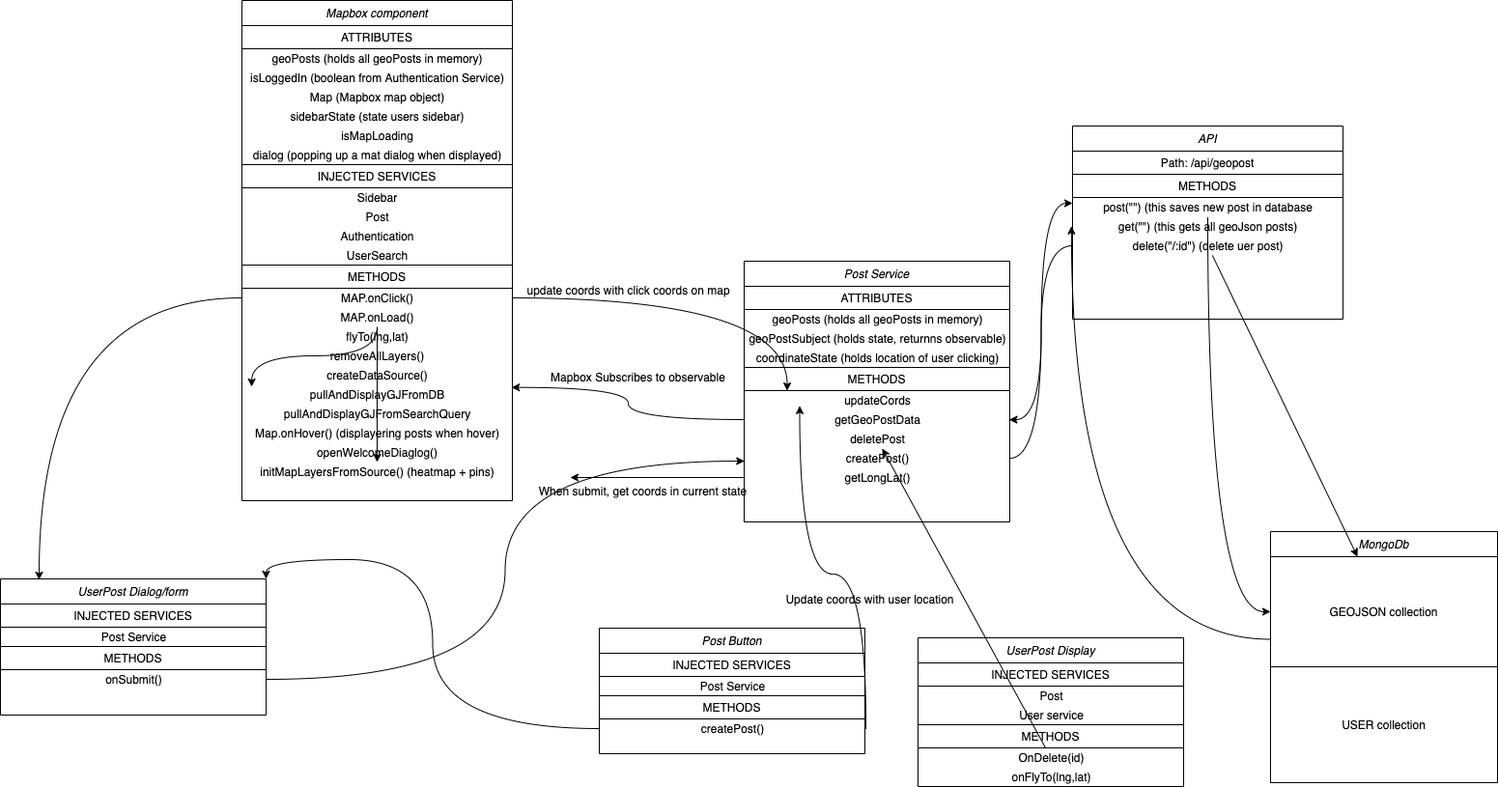
Earlier version of the draw.io export supporting_images/post.png (edysfy/Group_website). Source tidied: cells renumbered, new cells last; positions are measured from the earlier drawing's top-left corner, leaving out a move shared by most shapes.
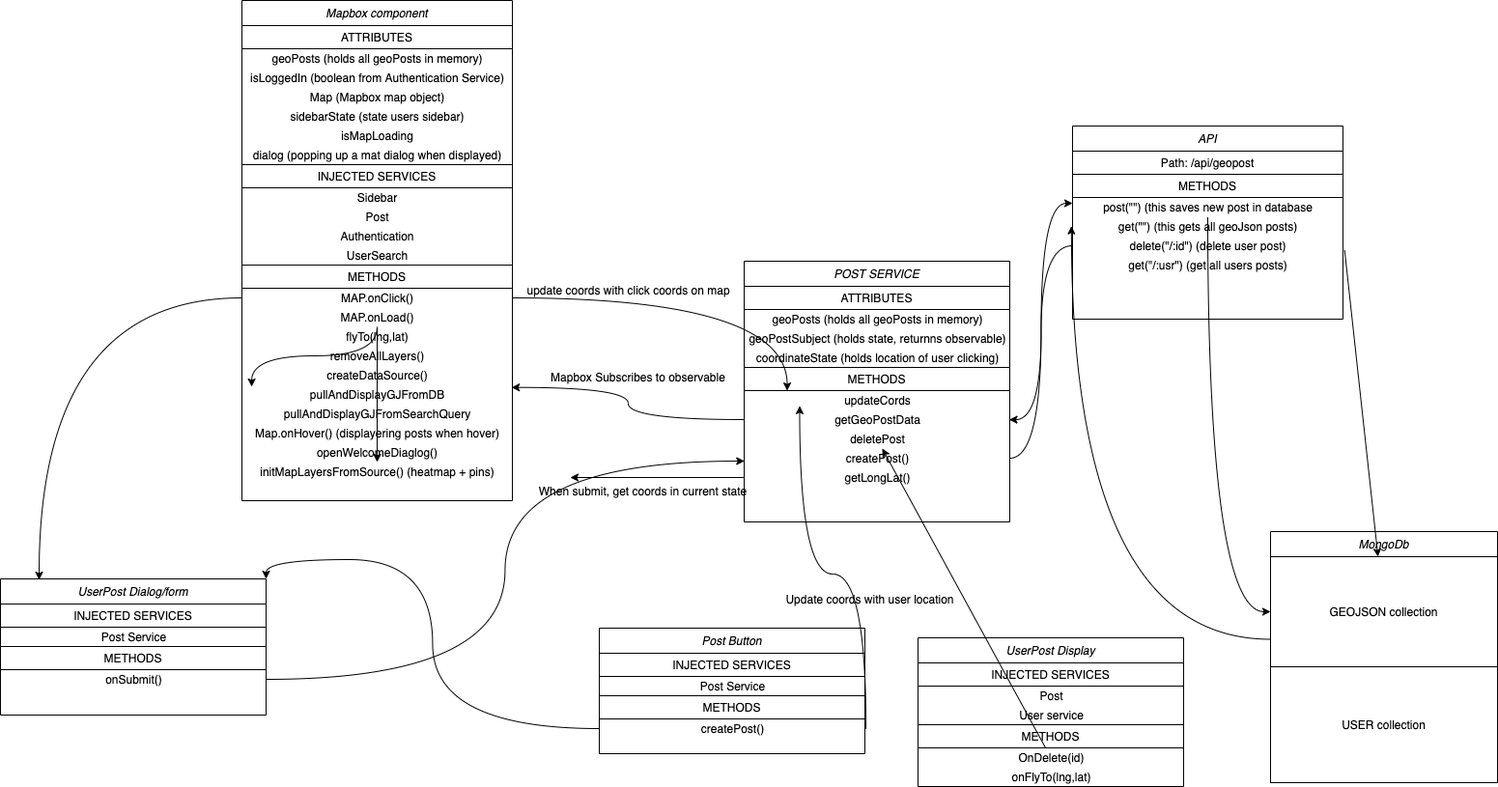
The same diagram one commit later.

Commit message:
user servive cd

Diff of the diagram source:
```diff
@@ -2,7 +2,7 @@
   <root>
     <mxCell id="0" />
     <mxCell id="1" parent="0" />
-    <mxCell id="2" value="Post Service" style="swimlane;fontStyle=2;align=center;verticalAlign=top;horizontal=1;startSize=26;rounded=0;shadow=0;strokeWidth=1;" parent="1" vertex="1">
+    <mxCell id="2" value="POST SERVICE" style="swimlane;fontStyle=2;align=center;verticalAlign=top;horizontal=1;startSize=26;rounded=0;shadow=0;strokeWidth=1;" parent="1" vertex="1">
       <mxGeometry x="770" y="270" width="275" height="270" as="geometry" />
     </mxCell>
     <mxCell id="3" value="ATTRIBUTES" style="whiteSpace=wrap;html=1;align=center;" parent="2" vertex="1">
@@ -50,9 +50,12 @@
     <mxCell id="17" value="get(&quot;&quot;) (this gets all geoJson posts)" style="text;html=1;align=center;verticalAlign=middle;points=[];strokeColor=none;" parent="13" vertex="1">
       <mxGeometry y="94" width="280" height="20" as="geometry" />
     </mxCell>
-    <mxCell id="18" value="delete(&quot;/:id&quot;) (delete uer post)" style="text;html=1;align=center;verticalAlign=middle;points=[];strokeColor=none;" parent="13" vertex="1">
+    <mxCell id="18" value="delete(&quot;/:id&quot;) (delete user post)" style="text;html=1;align=center;verticalAlign=middle;points=[];strokeColor=none;" parent="13" vertex="1">
       <mxGeometry y="114" width="280" height="20" as="geometry" />
     </mxCell>
+    <mxCell id="82" value="get(&quot;/:usr&quot;) (get all users posts)" style="text;html=1;align=center;verticalAlign=middle;strokeColor=none;" parent="13" vertex="1">
+      <mxGeometry y="134" width="280" height="20" as="geometry" />
+    </mxCell>
     <mxCell id="19" value="MongoDb" style="swimlane;fontStyle=2;align=center;verticalAlign=top;horizontal=1;startSize=26;rounded=0;shadow=0;strokeWidth=1;" parent="1" vertex="1">
       <mxGeometry x="1315" y="550" width="235" height="260" as="geometry" />
     </mxCell>
@@ -243,7 +246,7 @@
     <mxCell id="80" style="edgeStyle=none;rounded=0;jettySize=auto;html=1;align=center;" parent="1" edge="1" source="78" target="10">
       <mxGeometry relative="1" as="geometry" />
     </mxCell>
-    <mxCell id="81" style="edgeStyle=none;rounded=0;jettySize=auto;html=1;align=center;" parent="1" edge="1" source="18" target="20">
+    <mxCell id="81" style="edgeStyle=none;rounded=0;jettySize=auto;html=1;align=center;exitX=1.006;exitY=0.721;exitDx=0;exitDy=0;exitPerimeter=0;" parent="1" edge="1" source="18" target="20">
       <mxGeometry relative="1" as="geometry" />
     </mxCell>
   </root>
```
